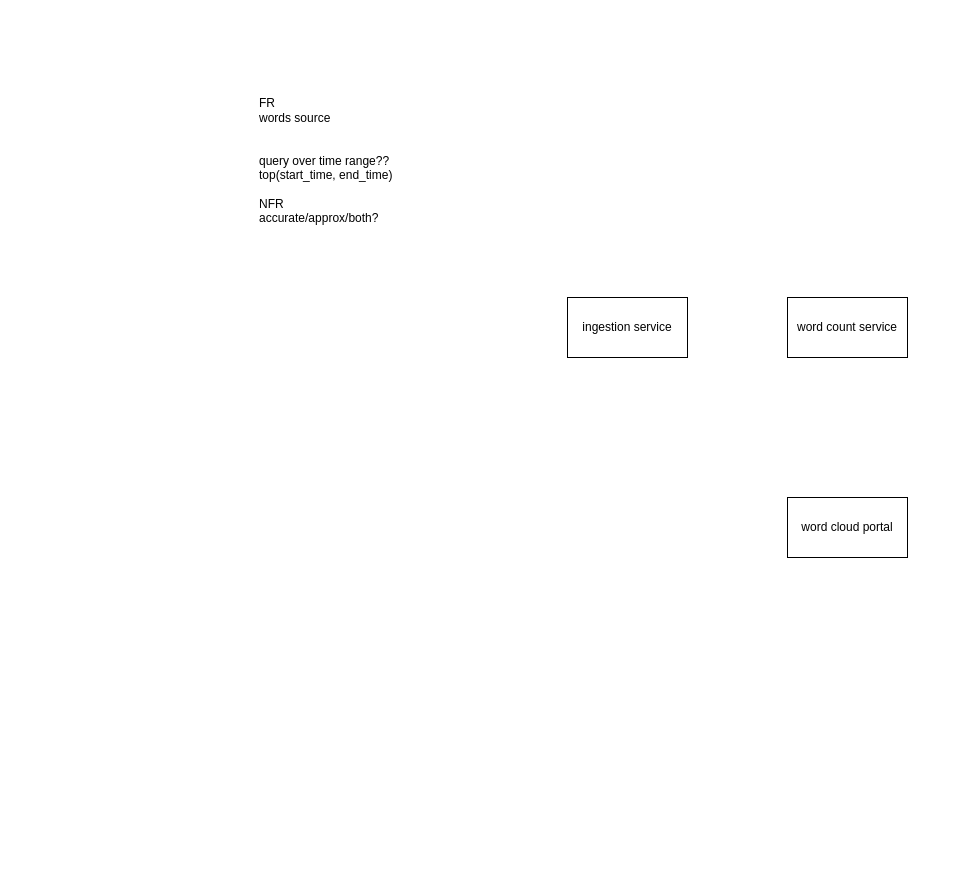
The draw.io diagram page "wordcloud" (8 of 9) of practise.drawio in kankaiz/drawio, before the edit. Source tidied: cells renumbered, new cells numbered last; positions are measured from the earlier drawing's top-left corner, leaving out a move shared by most shapes. Both pictures are drawn from the tidied source at 100%, with x=0, y=0 at pixel (257, 87).
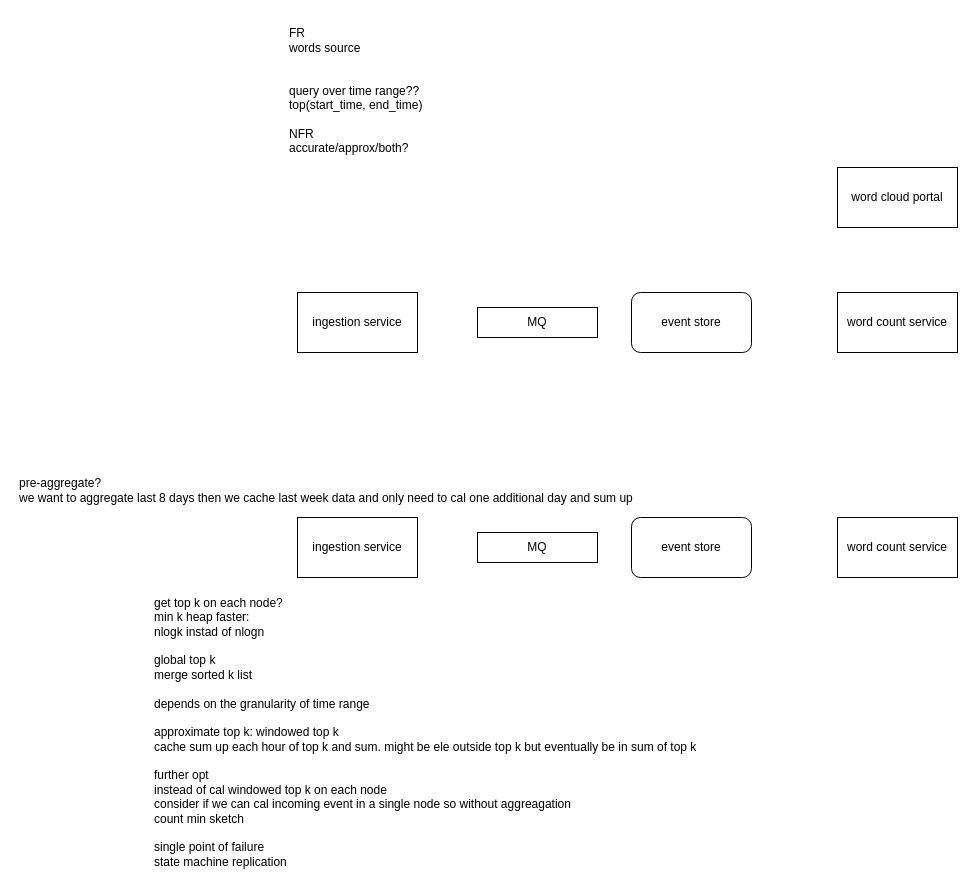
Above is the later version.

Change to the diagram source:
```diff
@@
 <mxGraphModel>
   <root>
     <mxCell id="0" />
     <mxCell id="1" parent="0" />
     <mxCell id="2" value="FR&lt;div&gt;words source&lt;/div&gt;&lt;div&gt;&lt;br&gt;&lt;div&gt;&lt;br&gt;&lt;/div&gt;&lt;div&gt;query over time range??&lt;/div&gt;&lt;div&gt;top(start_time, end_time)&lt;/div&gt;&lt;div&gt;&lt;br&gt;&lt;/div&gt;&lt;div&gt;NFR&lt;/div&gt;&lt;/div&gt;&lt;div&gt;accurate/approx/both?&lt;/div&gt;&lt;div&gt;&lt;br&gt;&lt;/div&gt;&lt;div&gt;&lt;br&gt;&lt;/div&gt;&lt;div&gt;&lt;br&gt;&lt;/div&gt;" style="text;html=1;align=left;verticalAlign=middle;strokeColor=none;fillColor=none;" parent="1" vertex="1">
-      <mxGeometry width="160" height="190" as="geometry" />
+      <mxGeometry x="30" y="-70" width="160" height="190" as="geometry" />
     </mxCell>
     <mxCell id="3" value="ingestion service" style="rounded=0;whiteSpace=wrap;html=1;" parent="1" vertex="1">
-      <mxGeometry x="310" y="210" width="120" height="60" as="geometry" />
+      <mxGeometry x="40" y="205" width="120" height="60" as="geometry" />
     </mxCell>
     <mxCell id="4" value="word count service" style="rounded=0;whiteSpace=wrap;html=1;" parent="1" vertex="1">
-      <mxGeometry x="530" y="210" width="120" height="60" as="geometry" />
+      <mxGeometry x="580" y="205" width="120" height="60" as="geometry" />
     </mxCell>
     <mxCell id="5" value="word cloud portal" style="rounded=0;whiteSpace=wrap;html=1;" parent="1" vertex="1">
-      <mxGeometry x="530" y="410" width="120" height="60" as="geometry" />
+      <mxGeometry x="580" y="80" width="120" height="60" as="geometry" />
     </mxCell>
+    <mxCell id="6" value="MQ" style="rounded=0;whiteSpace=wrap;html=1;" parent="1" vertex="1">
+      <mxGeometry x="220" y="220" width="120" height="30" as="geometry" />
+    </mxCell>
+    <mxCell id="7" value="event store" style="rounded=1;whiteSpace=wrap;html=1;" parent="1" vertex="1">
+      <mxGeometry x="374" y="205" width="120" height="60" as="geometry" />
+    </mxCell>
+    <mxCell id="8" value="ingestion service" style="rounded=0;whiteSpace=wrap;html=1;" parent="1" vertex="1">
+      <mxGeometry x="40" y="430" width="120" height="60" as="geometry" />
+    </mxCell>
+    <mxCell id="9" value="word count service" style="rounded=0;whiteSpace=wrap;html=1;" parent="1" vertex="1">
+      <mxGeometry x="580" y="430" width="120" height="60" as="geometry" />
+    </mxCell>
+    <mxCell id="10" value="MQ" style="rounded=0;whiteSpace=wrap;html=1;" parent="1" vertex="1">
+      <mxGeometry x="220" y="445" width="120" height="30" as="geometry" />
+    </mxCell>
+    <mxCell id="11" value="event store" style="rounded=1;whiteSpace=wrap;html=1;" parent="1" vertex="1">
+      <mxGeometry x="374" y="430" width="120" height="60" as="geometry" />
+    </mxCell>
+    <mxCell id="12" value="pre-aggregate?&lt;div&gt;we want to aggregate last 8 days then we cache last week data and only need to cal one additional day and sum up&lt;/div&gt;" style="text;html=1;align=left;verticalAlign=middle;strokeColor=none;fillColor=none;" parent="1" vertex="1">
+      <mxGeometry x="-240" y="383" width="640" height="40" as="geometry" />
+    </mxCell>
+    <mxCell id="13" value="get top k on each node?&lt;div&gt;min k heap faster:&lt;/div&gt;&lt;div&gt;nlogk instad of nlogn&lt;/div&gt;&lt;div&gt;&lt;br&gt;&lt;/div&gt;&lt;div&gt;global top k&lt;/div&gt;&lt;div&gt;merge sorted k list&lt;/div&gt;&lt;div&gt;&lt;br&gt;&lt;/div&gt;&lt;div&gt;depends on the granularity of time range&lt;/div&gt;&lt;div&gt;&lt;br&gt;&lt;/div&gt;&lt;div&gt;approximate top k: windowed top k&lt;/div&gt;&lt;div&gt;cache sum up each hour of top k and sum. might be ele outside top k but eventually be in sum of top k&lt;/div&gt;&lt;div&gt;&lt;br&gt;&lt;/div&gt;&lt;div&gt;further opt&lt;/div&gt;&lt;div&gt;instead of cal windowed top k on each node&lt;/div&gt;&lt;div&gt;consider if we can cal incoming event in a single node so without aggreagation&lt;/div&gt;&lt;div&gt;count min sketch&lt;/div&gt;&lt;div&gt;&lt;br&gt;&lt;/div&gt;&lt;div&gt;single point of failure&lt;/div&gt;&lt;div&gt;state machine replication&lt;/div&gt;" style="text;html=1;align=left;verticalAlign=middle;strokeColor=none;fillColor=none;" parent="1" vertex="1">
+      <mxGeometry x="-105" y="500" width="570" height="290" as="geometry" />
+    </mxCell>
   </root>
 </mxGraphModel>
```
